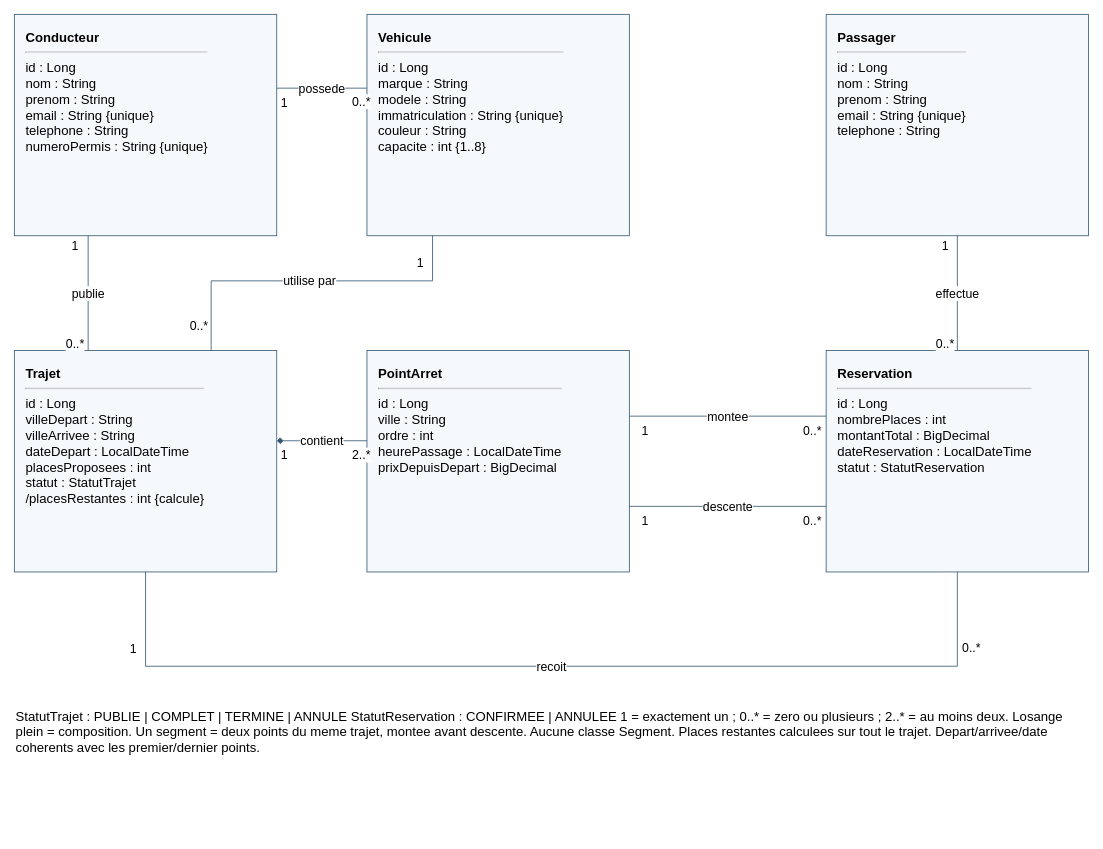
Above: docs/conception/diagramme-classes.drawio in yassinesekkah/Plateforme-de-covoiturage-multi--tapes (draw.io), before the change. Source tidied: cells renumbered, new cells numbered last; positions are measured from the earlier drawing's top-left corner, leaving out a move shared by most shapes. Both pictures are drawn from the tidied source at 82%, with x=0, y=0 at pixel (14, 14).
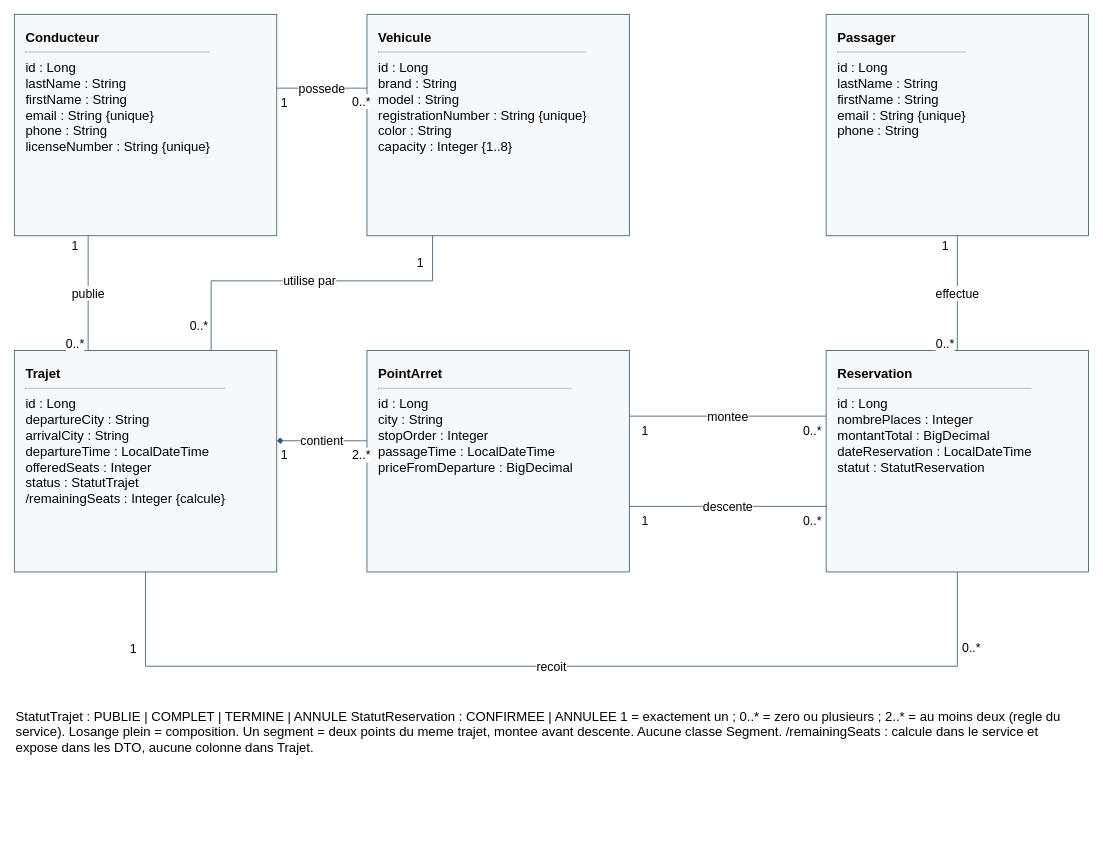
The same diagram, later.

Commit message (it also covers changes not shown here):
docs(COV-21): aligner le diagramme UML sur les entites finales

Change to the diagram source:
```diff
@@
-    <mxCell id="2" value="&lt;b&gt;Conducteur&lt;/b&gt;&lt;hr&gt;id : Long&lt;br&gt;nom : String&lt;br&gt;prenom : String&lt;br&gt;email : String {unique}&lt;br&gt;telephone : String&lt;br&gt;numeroPermis : String {unique}" style="rounded=0;whiteSpace=wrap;html=1;align=left;verticalAlign=top;spacing=14;fontSize=16;fillColor=#f6f9fc;strokeColor=#355873;" parent="1" vertex="1">
+    <mxCell id="2" value="&lt;b&gt;Conducteur&lt;/b&gt;&lt;hr&gt;id : Long&lt;br&gt;lastName : String&lt;br&gt;firstName : String&lt;br&gt;email : String {unique}&lt;br&gt;phone : String&lt;br&gt;licenseNumber : String {unique}" style="rounded=0;whiteSpace=wrap;html=1;align=left;verticalAlign=top;spacing=14;fontSize=16;fillColor=#f6f9fc;strokeColor=#355873;" parent="1" vertex="1">
       <mxGeometry width="320" height="270" as="geometry" />
     </mxCell>
-    <mxCell id="3" value="&lt;b&gt;Vehicule&lt;/b&gt;&lt;hr&gt;id : Long&lt;br&gt;marque : String&lt;br&gt;modele : String&lt;br&gt;immatriculation : String {unique}&lt;br&gt;couleur : String&lt;br&gt;capacite : int {1..8}" style="rounded=0;whiteSpace=wrap;html=1;align=left;verticalAlign=top;spacing=14;fontSize=16;fillColor=#f6f9fc;strokeColor=#355873;" parent="1" vertex="1">
+    <mxCell id="3" value="&lt;b&gt;Vehicule&lt;/b&gt;&lt;hr&gt;id : Long&lt;br&gt;brand : String&lt;br&gt;model : String&lt;br&gt;registrationNumber : String {unique}&lt;br&gt;color : String&lt;br&gt;capacity : Integer {1..8}" style="rounded=0;whiteSpace=wrap;html=1;align=left;verticalAlign=top;spacing=14;fontSize=16;fillColor=#f6f9fc;strokeColor=#355873;" parent="1" vertex="1">
       <mxGeometry x="430" width="320" height="270" as="geometry" />
     </mxCell>
-    <mxCell id="4" value="&lt;b&gt;Passager&lt;/b&gt;&lt;hr&gt;id : Long&lt;br&gt;nom : String&lt;br&gt;prenom : String&lt;br&gt;email : String {unique}&lt;br&gt;telephone : String" style="rounded=0;whiteSpace=wrap;html=1;align=left;verticalAlign=top;spacing=14;fontSize=16;fillColor=#f6f9fc;strokeColor=#355873;" parent="1" vertex="1">
+    <mxCell id="4" value="&lt;b&gt;Passager&lt;/b&gt;&lt;hr&gt;id : Long&lt;br&gt;lastName : String&lt;br&gt;firstName : String&lt;br&gt;email : String {unique}&lt;br&gt;phone : String" style="rounded=0;whiteSpace=wrap;html=1;align=left;verticalAlign=top;spacing=14;fontSize=16;fillColor=#f6f9fc;strokeColor=#355873;" parent="1" vertex="1">
       <mxGeometry x="990" width="320" height="270" as="geometry" />
     </mxCell>
-    <mxCell id="5" value="&lt;b&gt;Trajet&lt;/b&gt;&lt;hr&gt;id : Long&lt;br&gt;villeDepart : String&lt;br&gt;villeArrivee : String&lt;br&gt;dateDepart : LocalDateTime&lt;br&gt;placesProposees : int&lt;br&gt;statut : StatutTrajet&lt;br&gt;/placesRestantes : int {calcule}" style="rounded=0;whiteSpace=wrap;html=1;align=left;verticalAlign=top;spacing=14;fontSize=16;fillColor=#f6f9fc;strokeColor=#355873;" parent="1" vertex="1">
+    <mxCell id="5" value="&lt;b&gt;Trajet&lt;/b&gt;&lt;hr&gt;id : Long&lt;br&gt;departureCity : String&lt;br&gt;arrivalCity : String&lt;br&gt;departureTime : LocalDateTime&lt;br&gt;offeredSeats : Integer&lt;br&gt;status : StatutTrajet&lt;br&gt;/remainingSeats : Integer {calcule}" style="rounded=0;whiteSpace=wrap;html=1;align=left;verticalAlign=top;spacing=14;fontSize=16;fillColor=#f6f9fc;strokeColor=#355873;" parent="1" vertex="1">
       <mxGeometry y="410" width="320" height="270" as="geometry" />
     </mxCell>
-    <mxCell id="6" value="&lt;b&gt;PointArret&lt;/b&gt;&lt;hr&gt;id : Long&lt;br&gt;ville : String&lt;br&gt;ordre : int&lt;br&gt;heurePassage : LocalDateTime&lt;br&gt;prixDepuisDepart : BigDecimal" style="rounded=0;whiteSpace=wrap;html=1;align=left;verticalAlign=top;spacing=14;fontSize=16;fillColor=#f6f9fc;strokeColor=#355873;" parent="1" vertex="1">
+    <mxCell id="6" value="&lt;b&gt;PointArret&lt;/b&gt;&lt;hr&gt;id : Long&lt;br&gt;city : String&lt;br&gt;stopOrder : Integer&lt;br&gt;passageTime : LocalDateTime&lt;br&gt;priceFromDeparture : BigDecimal" style="rounded=0;whiteSpace=wrap;html=1;align=left;verticalAlign=top;spacing=14;fontSize=16;fillColor=#f6f9fc;strokeColor=#355873;" parent="1" vertex="1">
       <mxGeometry x="430" y="410" width="320" height="270" as="geometry" />
     </mxCell>
-    <mxCell id="7" value="&lt;b&gt;Reservation&lt;/b&gt;&lt;hr&gt;id : Long&lt;br&gt;nombrePlaces : int&lt;br&gt;montantTotal : BigDecimal&lt;br&gt;dateReservation : LocalDateTime&lt;br&gt;statut : StatutReservation" style="rounded=0;whiteSpace=wrap;html=1;align=left;verticalAlign=top;spacing=14;fontSize=16;fillColor=#f6f9fc;strokeColor=#355873;" parent="1" vertex="1">
+    <mxCell id="7" value="&lt;b&gt;Reservation&lt;/b&gt;&lt;hr&gt;id : Long&lt;br&gt;nombrePlaces : Integer&lt;br&gt;montantTotal : BigDecimal&lt;br&gt;dateReservation : LocalDateTime&lt;br&gt;statut : StatutReservation" style="rounded=0;whiteSpace=wrap;html=1;align=left;verticalAlign=top;spacing=14;fontSize=16;fillColor=#f6f9fc;strokeColor=#355873;" parent="1" vertex="1">
       <mxGeometry x="990" y="410" width="320" height="270" as="geometry" />
     </mxCell>
@@
-    <mxCell id="32" value="StatutTrajet : PUBLIE | COMPLET | TERMINE | ANNULE StatutReservation : CONFIRMEE | ANNULEE 1 = exactement un ; 0..* = zero ou plusieurs ; 2..* = au moins deux. Losange plein = composition. Un segment = deux points du meme trajet, montee avant descente. Aucune classe Segment. Places restantes calculees sur tout le trajet. Depart/arrivee/date coherents avec les premier/dernier points." style="text;whiteSpace=wrap;html=0;align=left;verticalAlign=top;fontSize=16;" parent="1" vertex="1">
+    <mxCell id="32" value="StatutTrajet : PUBLIE | COMPLET | TERMINE | ANNULE StatutReservation : CONFIRMEE | ANNULEE 1 = exactement un ; 0..* = zero ou plusieurs ; 2..* = au moins deux (regle du service). Losange plein = composition. Un segment = deux points du meme trajet, montee avant descente. Aucune classe Segment. /remainingSeats : calcule dans le service et expose dans les DTO, aucune colonne dans Trajet." style="text;whiteSpace=wrap;html=0;align=left;verticalAlign=top;fontSize=16;" parent="1" vertex="1">
       <mxGeometry y="840" width="1300" height="160" as="geometry" />
     </mxCell>
```
